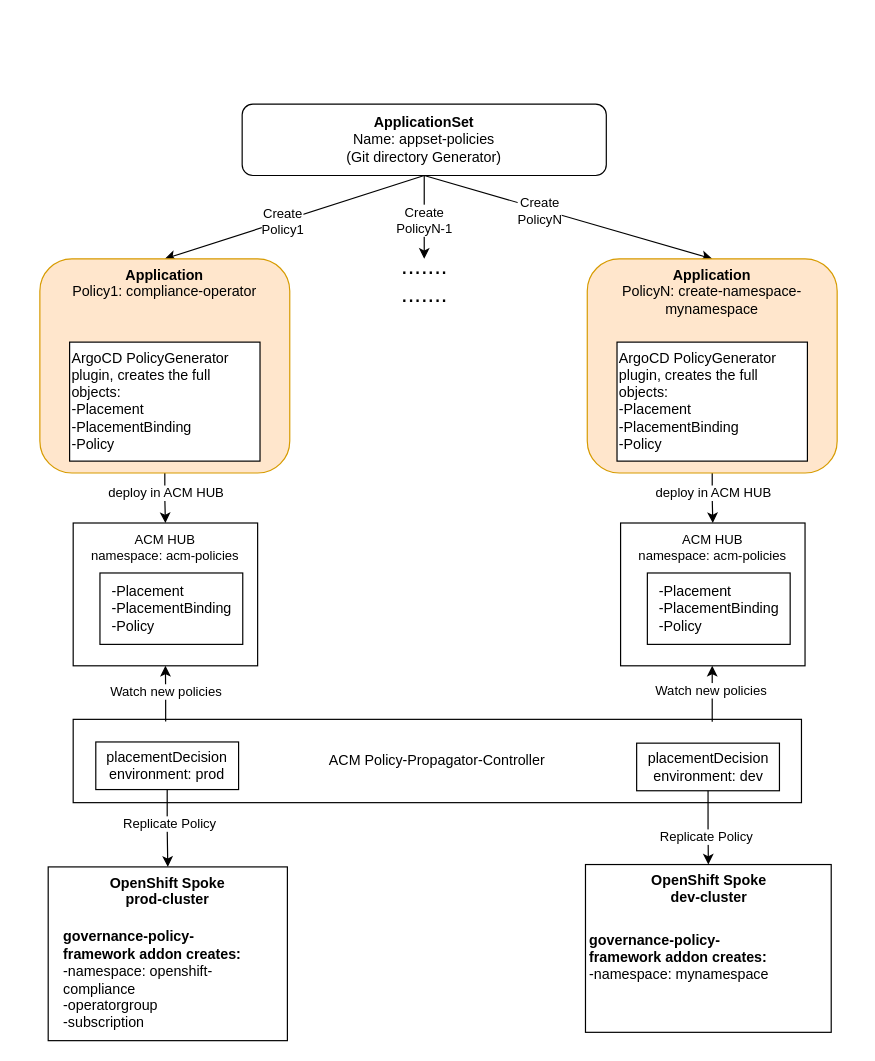
Above: images/diagram_flow2.drawio in luisevm/acm-policies-gitops (draw.io), before the change. Source tidied: cells renumbered, new cells numbered last; positions are measured from the earlier drawing's top-left corner, leaving out a move shared by most shapes. Both pictures are drawn from the tidied source at 119%, with x=0, y=0 at pixel (39, 104).
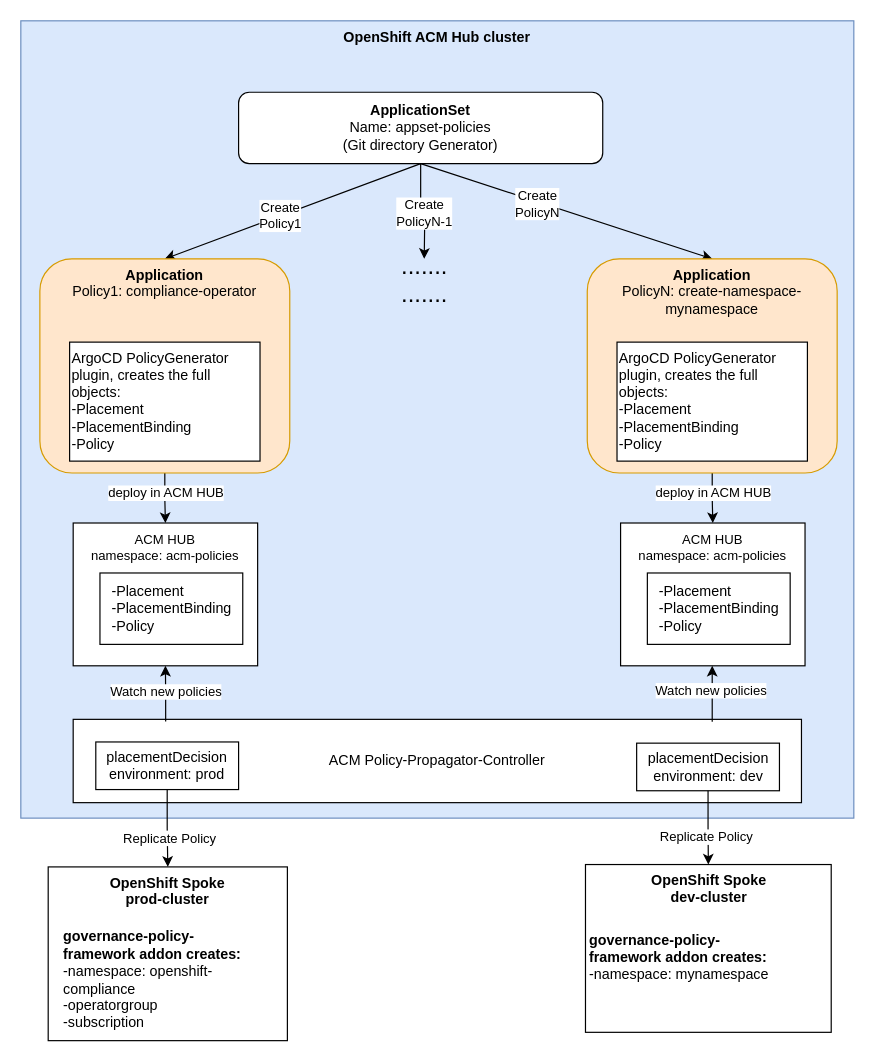
After the change.

The change refers to these unchanged cells:
```xml
<mxCell id="29" style="edgeStyle=orthogonalEdgeStyle;rounded=0;jettySize=auto;html=1;exitX=0.5;exitY=1;exitDx=0;exitDy=0;entryX=0.5;entryY=0;entryDx=0;entryDy=0;" parent="1" edge="1" source="28" target="27">
  <mxGeometry relative="1" as="geometry" />
</mxCell>
```

What changed in the source:
```diff
@@
+    <mxCell id="37" value="&lt;b&gt;OpenShift ACM Hub cluster&lt;/b&gt;" style="rounded=0;whiteSpace=wrap;html=1;verticalAlign=top;fillColor=#dae8fc;strokeColor=#6c8ebf;" parent="1" vertex="1">
+      <mxGeometry x="-16" y="-70" width="700" height="670" as="geometry" />
+    </mxCell>
@@
     <mxCell id="8" value="&lt;b&gt;ApplicationSet&lt;/b&gt;&lt;div&gt;Name: appset-policies&lt;br&gt;&lt;div&gt;(Git directory Generator)&lt;/div&gt;&lt;/div&gt;" style="rounded=1;whiteSpace=wrap;html=1;" parent="1" vertex="1">
-      <mxGeometry x="170" width="306" height="60" as="geometry" />
+      <mxGeometry x="167" y="-10" width="306" height="60" as="geometry" />
     </mxCell>
@@
     <mxCell id="30" value="Replicate Policy" style="edgeLabel;html=1;align=center;verticalAlign=middle;" parent="29" vertex="1">
-      <mxGeometry x="-0.14" y="1" relative="1" as="geometry" />
+      <mxGeometry x="-0.14" y="1" relative="1" as="geometry">
+        <mxPoint y="12" as="offset" />
+      </mxGeometry>
     </mxCell>
```
